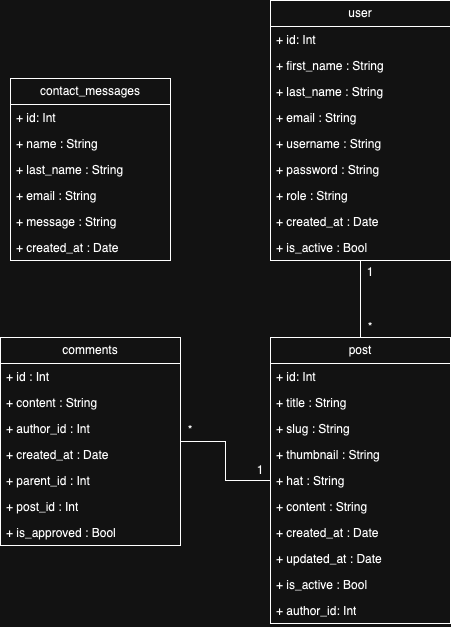
This is diagrammes/diagramme_de_classe.png from cactuseure/Openclassrooms_projet5, a draw.io export, as it was before one commit. Source tidied: cells renumbered, new cells last; positions are measured from the earlier drawing's top-left corner, leaving out a move shared by most shapes.
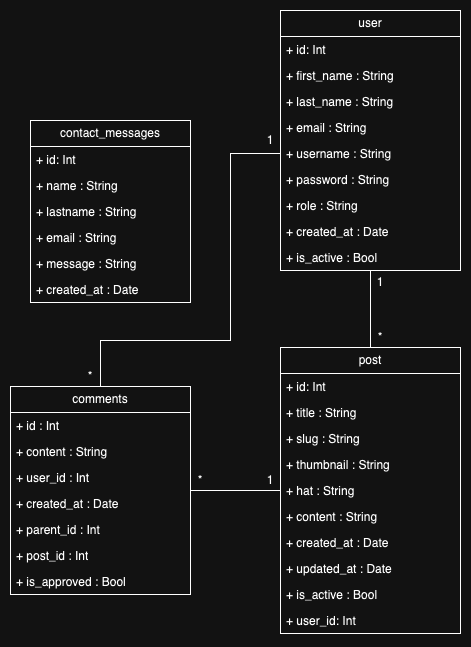
Later version of the same file.

Commit message:
last fix + diagramme + update sql

What changed in the source:
```diff
@@ -65,14 +65,23 @@
     <mxCell id="22" value="+ is_active : Bool" style="text;strokeColor=none;fillColor=none;align=left;verticalAlign=top;spacingLeft=4;spacingRight=4;overflow=hidden;whiteSpace=wrap;html=1;" parent="13" vertex="1">
       <mxGeometry y="234" width="180" height="26" as="geometry" />
     </mxCell>
-    <mxCell id="23" value="+ author_id: Int" style="text;strokeColor=none;fillColor=none;align=left;verticalAlign=top;spacingLeft=4;spacingRight=4;overflow=hidden;whiteSpace=wrap;html=1;" parent="13" vertex="1">
+    <mxCell id="23" value="+ user_id: Int" style="text;strokeColor=none;fillColor=none;align=left;verticalAlign=top;spacingLeft=4;spacingRight=4;overflow=hidden;whiteSpace=wrap;html=1;" parent="13" vertex="1">
       <mxGeometry y="260" width="180" height="26" as="geometry" />
     </mxCell>
     <mxCell id="24" style="edgeStyle=orthogonalEdgeStyle;rounded=0;jettySize=auto;html=1;endArrow=none;endFill=0;" parent="1" edge="1" source="25" target="13">
       <mxGeometry relative="1" as="geometry" />
     </mxCell>
+    <mxCell id="44" style="edgeStyle=orthogonalEdgeStyle;rounded=0;jettySize=auto;html=1;entryX=0;entryY=0.5;entryDx=0;entryDy=0;endArrow=none;endFill=0;" parent="1" edge="1" source="25" target="8">
+      <mxGeometry relative="1" as="geometry">
+        <Array as="points">
+          <mxPoint x="90" y="330" />
+          <mxPoint x="220" y="330" />
+          <mxPoint x="220" y="143" />
+        </Array>
+      </mxGeometry>
+    </mxCell>
     <mxCell id="25" value="comments" style="swimlane;fontStyle=0;horizontal=1;startSize=26;fillColor=none;whiteSpace=wrap;html=1;" parent="1" vertex="1">
-      <mxGeometry y="337" width="180" height="208" as="geometry" />
+      <mxGeometry y="376" width="180" height="208" as="geometry" />
     </mxCell>
     <mxCell id="26" value="+ id : Int" style="text;strokeColor=none;fillColor=none;align=left;verticalAlign=top;spacingLeft=4;spacingRight=4;overflow=hidden;whiteSpace=wrap;html=1;" parent="25" vertex="1">
       <mxGeometry y="26" width="180" height="26" as="geometry" />
@@ -80,7 +89,7 @@
     <mxCell id="27" value="+ content : String" style="text;strokeColor=none;fillColor=none;align=left;verticalAlign=top;spacingLeft=4;spacingRight=4;overflow=hidden;whiteSpace=wrap;html=1;" parent="25" vertex="1">
       <mxGeometry y="52" width="180" height="26" as="geometry" />
     </mxCell>
-    <mxCell id="28" value="+ author_id : Int" style="text;strokeColor=none;fillColor=none;align=left;verticalAlign=top;spacingLeft=4;spacingRight=4;overflow=hidden;whiteSpace=wrap;html=1;" parent="25" vertex="1">
+    <mxCell id="28" value="+ user_id : Int" style="text;strokeColor=none;fillColor=none;align=left;verticalAlign=top;spacingLeft=4;spacingRight=4;overflow=hidden;whiteSpace=wrap;html=1;" parent="25" vertex="1">
       <mxGeometry y="78" width="180" height="26" as="geometry" />
     </mxCell>
     <mxCell id="29" value="+ created_at : Date" style="text;strokeColor=none;fillColor=none;align=left;verticalAlign=top;spacingLeft=4;spacingRight=4;overflow=hidden;whiteSpace=wrap;html=1;" parent="25" vertex="1">
@@ -105,10 +114,10 @@
       <mxGeometry x="360" y="317" width="20" height="20" as="geometry" />
     </mxCell>
     <mxCell id="36" value="*" style="text;html=1;strokeColor=none;fillColor=none;align=center;verticalAlign=middle;whiteSpace=wrap;rounded=0;" parent="1" vertex="1">
-      <mxGeometry x="180" y="420" width="20" height="20" as="geometry" />
+      <mxGeometry x="180" y="460" width="20" height="20" as="geometry" />
     </mxCell>
     <mxCell id="37" value="contact_messages" style="swimlane;fontStyle=0;horizontal=1;startSize=26;fillColor=none;whiteSpace=wrap;html=1;" parent="1" vertex="1">
-      <mxGeometry x="10" y="78" width="160" height="182" as="geometry" />
+      <mxGeometry x="20" y="110" width="160" height="182" as="geometry" />
     </mxCell>
     <mxCell id="38" value="+ id: Int" style="text;strokeColor=none;fillColor=none;align=left;verticalAlign=top;spacingLeft=4;spacingRight=4;overflow=hidden;whiteSpace=wrap;html=1;" parent="37" vertex="1">
       <mxGeometry y="26" width="160" height="26" as="geometry" />
@@ -116,7 +125,7 @@
     <mxCell id="39" value="+ name : String" style="text;strokeColor=none;fillColor=none;align=left;verticalAlign=top;spacingLeft=4;spacingRight=4;overflow=hidden;whiteSpace=wrap;html=1;" parent="37" vertex="1">
       <mxGeometry y="52" width="160" height="26" as="geometry" />
     </mxCell>
-    <mxCell id="40" value="+ last_name : String" style="text;strokeColor=none;fillColor=none;align=left;verticalAlign=top;spacingLeft=4;spacingRight=4;overflow=hidden;whiteSpace=wrap;html=1;" parent="37" vertex="1">
+    <mxCell id="40" value="+ lastname : String" style="text;strokeColor=none;fillColor=none;align=left;verticalAlign=top;spacingLeft=4;spacingRight=4;overflow=hidden;whiteSpace=wrap;html=1;" parent="37" vertex="1">
       <mxGeometry y="78" width="160" height="26" as="geometry" />
     </mxCell>
     <mxCell id="41" value="+ email : String" style="text;strokeColor=none;fillColor=none;align=left;verticalAlign=top;spacingLeft=4;spacingRight=4;overflow=hidden;whiteSpace=wrap;html=1;" parent="37" vertex="1">
@@ -128,5 +137,11 @@
     <mxCell id="43" value="+ created_at : Date" style="text;strokeColor=none;fillColor=none;align=left;verticalAlign=top;spacingLeft=4;spacingRight=4;overflow=hidden;whiteSpace=wrap;html=1;" parent="37" vertex="1">
       <mxGeometry y="156" width="160" height="26" as="geometry" />
     </mxCell>
+    <mxCell id="45" value="1" style="text;html=1;strokeColor=none;fillColor=none;align=center;verticalAlign=middle;whiteSpace=wrap;rounded=0;" parent="1" vertex="1">
+      <mxGeometry x="250" y="120" width="20" height="20" as="geometry" />
+    </mxCell>
+    <mxCell id="46" value="*" style="text;html=1;strokeColor=none;fillColor=none;align=center;verticalAlign=middle;whiteSpace=wrap;rounded=0;" parent="1" vertex="1">
+      <mxGeometry x="70" y="356" width="20" height="20" as="geometry" />
+    </mxCell>
   </root>
 </mxGraphModel>
```
